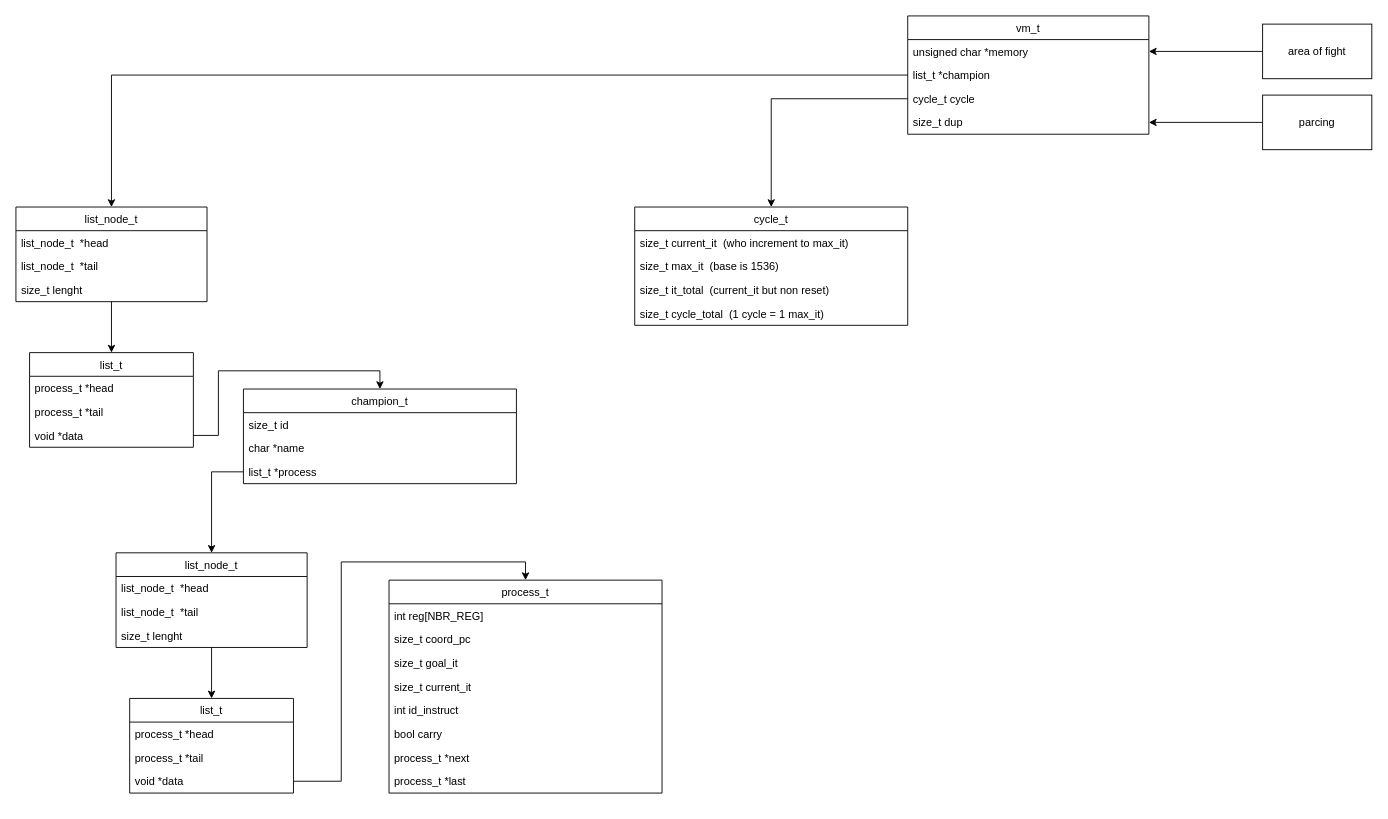
PierreMauger/Corewar keeps this draw.io diagram as corewar/archi/struct_tree.drawio. Above is the earlier version. Source tidied: cells renumbered, new cells numbered last; positions are measured from the earlier drawing's top-left corner, leaving out a move shared by most shapes. Both pictures are drawn from the tidied source at 91%, with x=0, y=0 at pixel (15, 15).
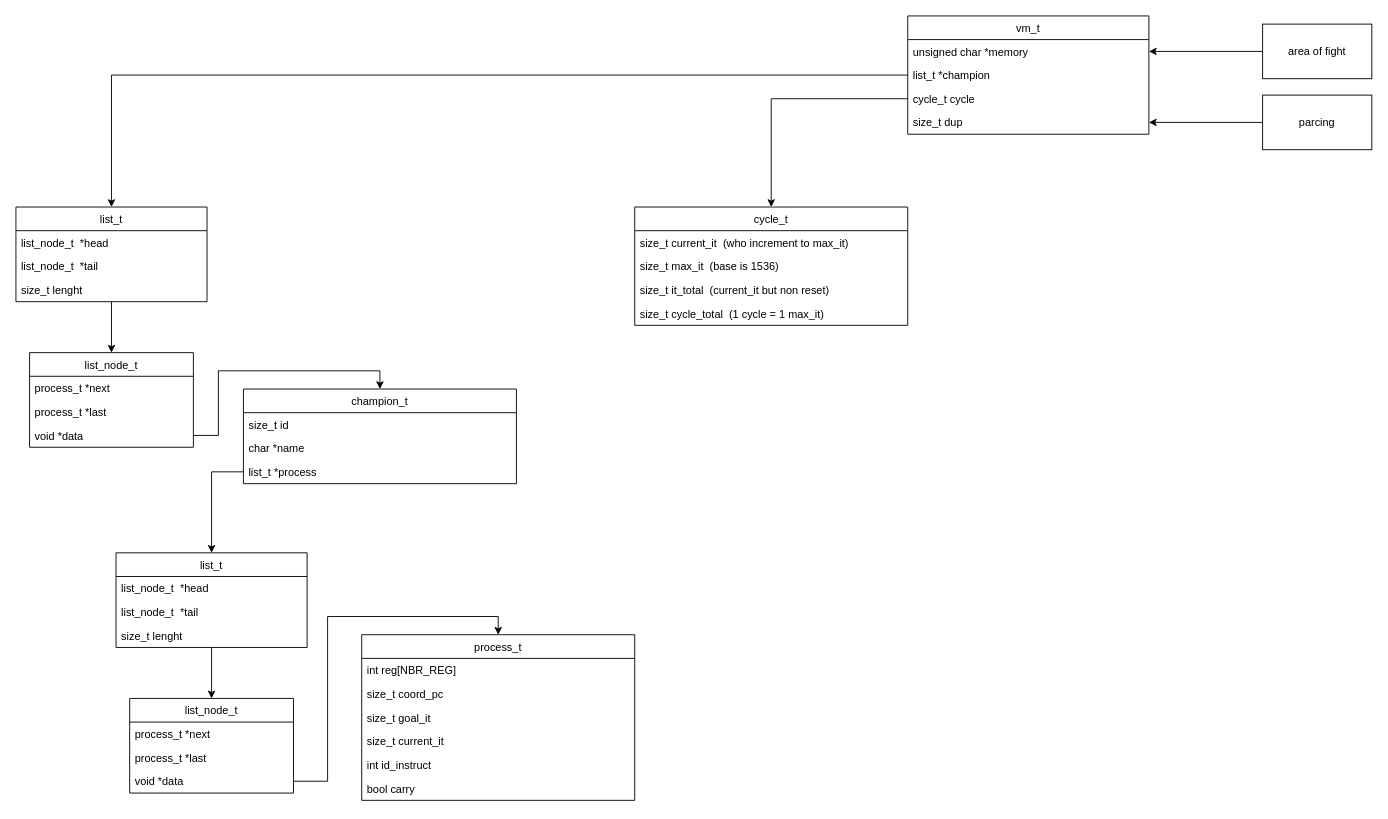
Above is the later version.

Diff of the diagram source:
```diff
@@
     <mxCell id="21" value="process_t" style="swimlane;fontStyle=0;horizontal=1;startSize=26;fillColor=none;" parent="1" vertex="1">
-      <mxGeometry x="410" y="620" width="300" height="234" as="geometry" />
+      <mxGeometry x="380" y="680" width="300" height="182" as="geometry" />
     </mxCell>
@@
-    <mxCell id="28" value="process_t *next" style="text;strokeColor=none;fillColor=none;align=left;verticalAlign=top;spacingLeft=4;spacingRight=4;overflow=hidden;" parent="21" vertex="1">
-      <mxGeometry y="182" width="300" height="26" as="geometry" />
-    </mxCell>
-    <mxCell id="29" value="process_t *last" style="text;strokeColor=none;fillColor=none;align=left;verticalAlign=top;spacingLeft=4;spacingRight=4;overflow=hidden;" parent="21" vertex="1">
-      <mxGeometry y="208" width="300" height="26" as="geometry" />
-    </mxCell>
@@
-    <mxCell id="31" value="list_node_t" style="swimlane;fontStyle=0;horizontal=1;startSize=26;fillColor=none;" parent="1" vertex="1">
+    <mxCell id="31" value="list_t" style="swimlane;fontStyle=0;horizontal=1;startSize=26;fillColor=none;" parent="1" vertex="1">
       <mxGeometry y="210" width="210" height="104" as="geometry" />
     </mxCell>
@@
-    <mxCell id="36" value="list_t" style="swimlane;fontStyle=0;horizontal=1;startSize=26;fillColor=none;" parent="1" vertex="1">
+    <mxCell id="36" value="list_node_t" style="swimlane;fontStyle=0;horizontal=1;startSize=26;fillColor=none;" parent="1" vertex="1">
       <mxGeometry x="15" y="370" width="180" height="104" as="geometry" />
     </mxCell>
-    <mxCell id="37" value="process_t *head" style="text;strokeColor=none;fillColor=none;align=left;verticalAlign=top;spacingLeft=4;spacingRight=4;overflow=hidden;" parent="36" vertex="1">
+    <mxCell id="37" value="process_t *next" style="text;strokeColor=none;fillColor=none;align=left;verticalAlign=top;spacingLeft=4;spacingRight=4;overflow=hidden;" parent="36" vertex="1">
       <mxGeometry y="26" width="180" height="26" as="geometry" />
     </mxCell>
-    <mxCell id="38" value="process_t *tail" style="text;strokeColor=none;fillColor=none;align=left;verticalAlign=top;spacingLeft=4;spacingRight=4;overflow=hidden;" parent="36" vertex="1">
+    <mxCell id="38" value="process_t *last" style="text;strokeColor=none;fillColor=none;align=left;verticalAlign=top;spacingLeft=4;spacingRight=4;overflow=hidden;" parent="36" vertex="1">
       <mxGeometry y="52" width="180" height="26" as="geometry" />
     </mxCell>
@@
-    <mxCell id="42" value="list_node_t" style="swimlane;fontStyle=0;horizontal=1;startSize=26;fillColor=none;" parent="1" vertex="1">
+    <mxCell id="42" value="list_t" style="swimlane;fontStyle=0;horizontal=1;startSize=26;fillColor=none;" parent="1" vertex="1">
       <mxGeometry x="110" y="590" width="210" height="104" as="geometry" />
     </mxCell>
@@
-    <mxCell id="46" value="list_t" style="swimlane;fontStyle=0;horizontal=1;startSize=26;fillColor=none;" parent="1" vertex="1">
+    <mxCell id="46" value="list_node_t" style="swimlane;fontStyle=0;horizontal=1;startSize=26;fillColor=none;" parent="1" vertex="1">
       <mxGeometry x="125" y="750" width="180" height="104" as="geometry" />
     </mxCell>
-    <mxCell id="47" value="process_t *head" style="text;strokeColor=none;fillColor=none;align=left;verticalAlign=top;spacingLeft=4;spacingRight=4;overflow=hidden;" parent="46" vertex="1">
+    <mxCell id="47" value="process_t *next" style="text;strokeColor=none;fillColor=none;align=left;verticalAlign=top;spacingLeft=4;spacingRight=4;overflow=hidden;" parent="46" vertex="1">
       <mxGeometry y="26" width="180" height="26" as="geometry" />
     </mxCell>
-    <mxCell id="48" value="process_t *tail" style="text;strokeColor=none;fillColor=none;align=left;verticalAlign=top;spacingLeft=4;spacingRight=4;overflow=hidden;" parent="46" vertex="1">
+    <mxCell id="48" value="process_t *last" style="text;strokeColor=none;fillColor=none;align=left;verticalAlign=top;spacingLeft=4;spacingRight=4;overflow=hidden;" parent="46" vertex="1">
       <mxGeometry y="52" width="180" height="26" as="geometry" />
     </mxCell>
```
